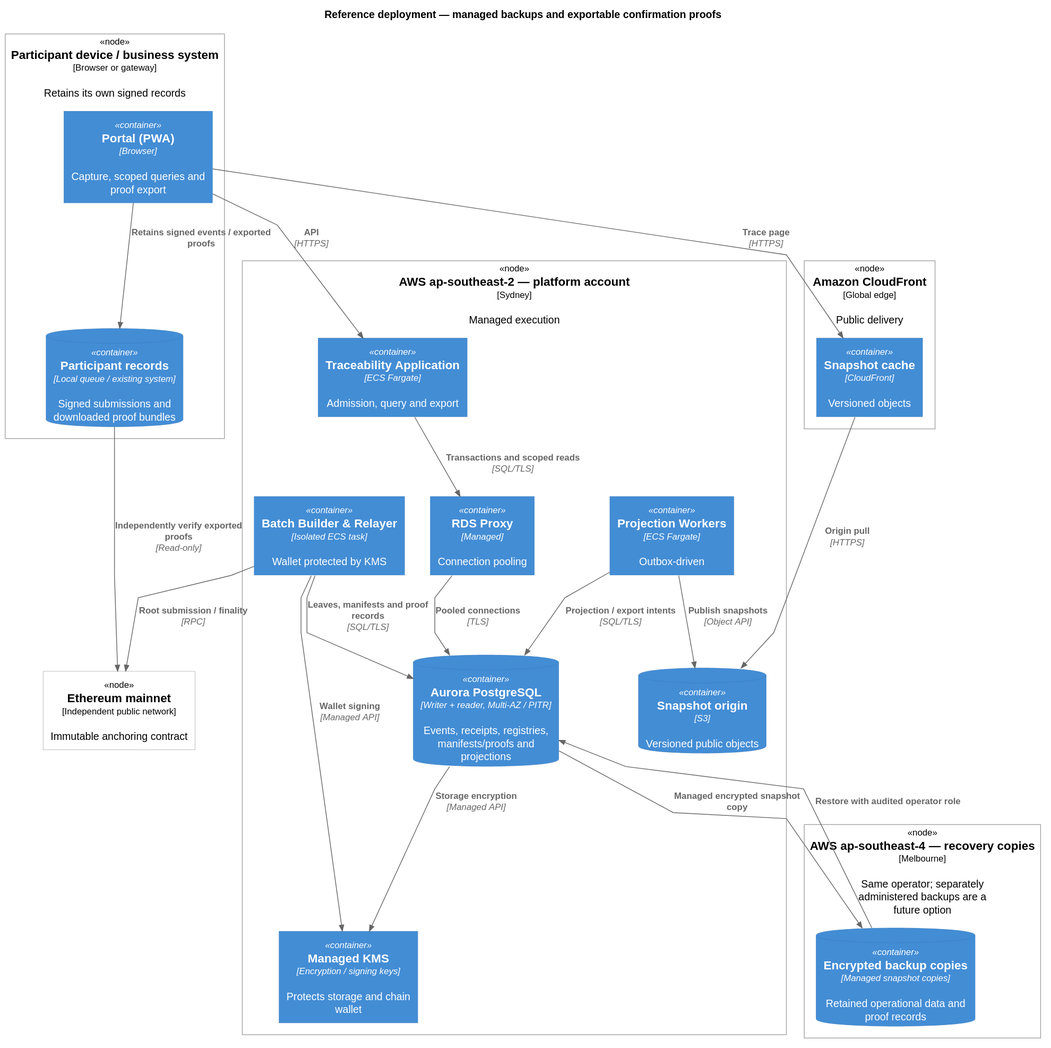
The PlantUML diagram docs/public/diagrams/c4-reference-deployment.svg in kuangshen04/48433assignment, before a commit.
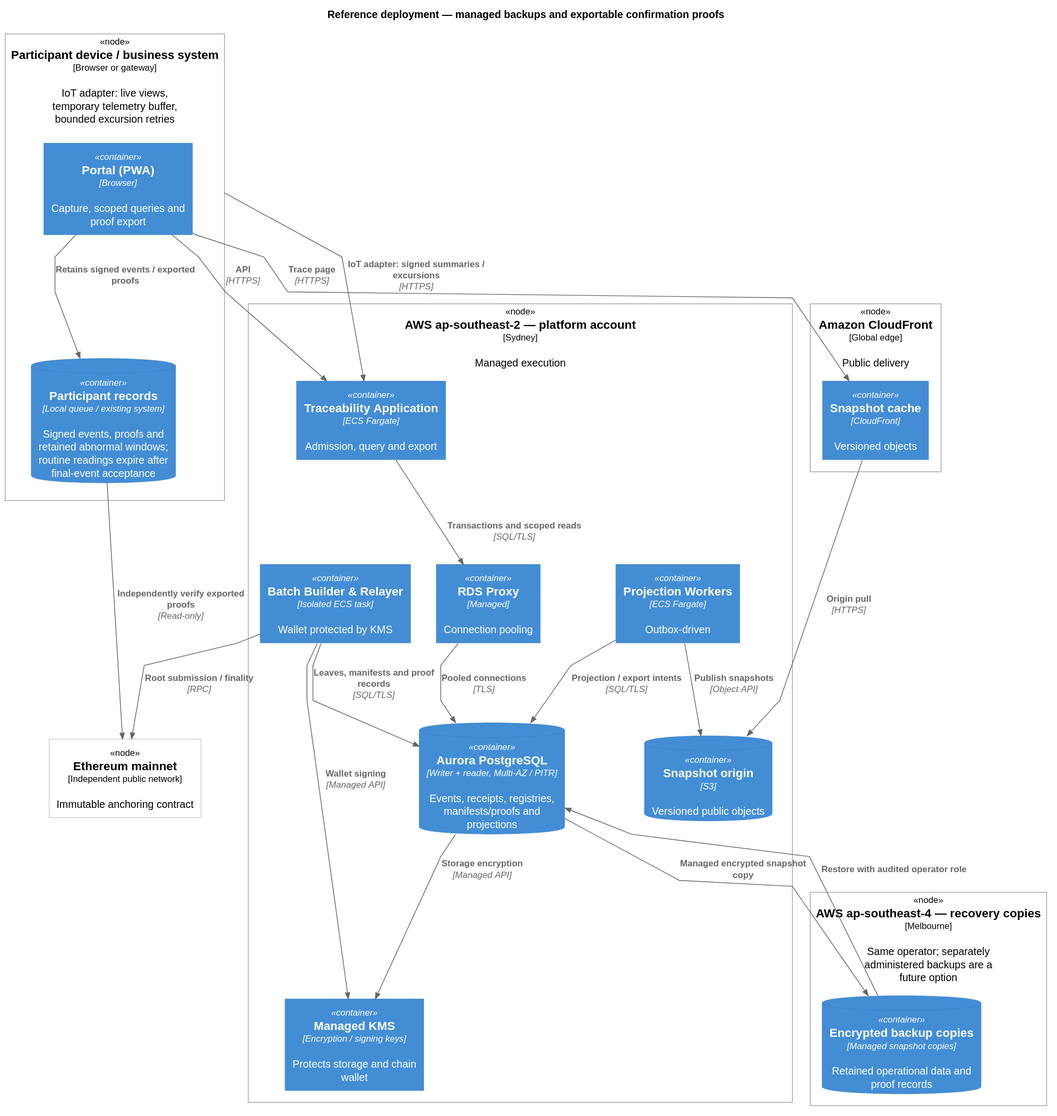
Above is the later version.

Change to the diagram source:
```diff
@@ -4,9 +4,9 @@
 
 title Reference deployment — managed backups and exportable confirmation proofs
 
-Deployment_Node(device, "Participant device / business system", "Browser or gateway", "Retains its own signed records") {
+Deployment_Node(device, "Participant device / business system", "Browser or gateway", "IoT adapter: live views, temporary telemetry buffer, bounded excursion retries") {
   Container(pwa, "Portal (PWA)", "Browser", "Capture, scoped queries and proof export")
-  ContainerDb(local, "Participant records", "Local queue / existing system", "Signed submissions and downloaded proof bundles")
+  ContainerDb(local, "Participant records", "Local queue / existing system", "Signed events, proofs and retained abnormal windows; routine readings expire after final-event acceptance")
 }
 Deployment_Node(edge, "Amazon CloudFront", "Global edge", "Public delivery") {
   Container(cdn, "Snapshot cache", "CloudFront", "Versioned objects")
@@ -26,6 +26,7 @@
 Deployment_Node(chainNet, "Ethereum mainnet", "Independent public network", "Immutable anchoring contract")
 Rel(pwa, local, "Retains signed events / exported proofs")
 Rel(pwa, app, "API", "HTTPS")
+Rel(device, app, "IoT adapter: signed summaries / excursions", "HTTPS")
 Rel(app, proxy, "Transactions and scoped reads", "SQL/TLS")
 Rel(proxy, db, "Pooled connections", "TLS")
 Rel(workers, db, "Projection / export intents", "SQL/TLS")
```
